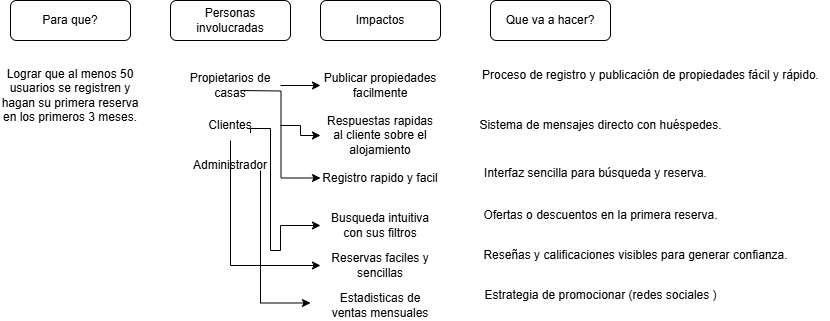
Earlier version of the draw.io export impact mapping new2.drawio.png (Felip3Ramirez/Metodologias-Agiles). Source tidied: cells renumbered, new cells last; positions are measured from the earlier drawing's top-left corner, leaving out a move shared by most shapes.
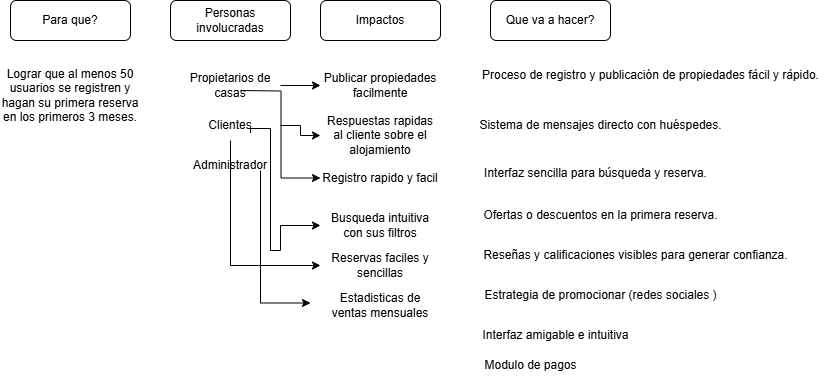
After the change.

What changed in the source:
```diff
@@ -101,5 +101,11 @@
     <mxCell id="27" value="Estrategia de promocionar (redes sociales&amp;nbsp;&lt;span style=&quot;color: light-dark(rgb(0, 0, 0), rgb(255, 255, 255)); background-color: transparent;&quot;&gt;)&amp;nbsp; &amp;nbsp; &amp;nbsp; &amp;nbsp; &amp;nbsp;&lt;/span&gt;" style="text;html=1;align=center;verticalAlign=middle;strokeColor=none;fillColor=none;" parent="1" vertex="1">
       <mxGeometry x="470" y="280" width="290" height="30" as="geometry" />
     </mxCell>
+    <mxCell id="28" value="Interfaz amigable e intuitiva" style="text;html=1;align=center;verticalAlign=middle;strokeColor=none;fillColor=none;" parent="1" vertex="1">
+      <mxGeometry x="470" y="320" width="170" height="30" as="geometry" />
+    </mxCell>
+    <mxCell id="29" value="Modulo de pagos" style="text;html=1;align=center;verticalAlign=middle;strokeColor=none;fillColor=none;" parent="1" vertex="1">
+      <mxGeometry x="470" y="350" width="120" height="30" as="geometry" />
+    </mxCell>
   </root>
 </mxGraphModel>
```
